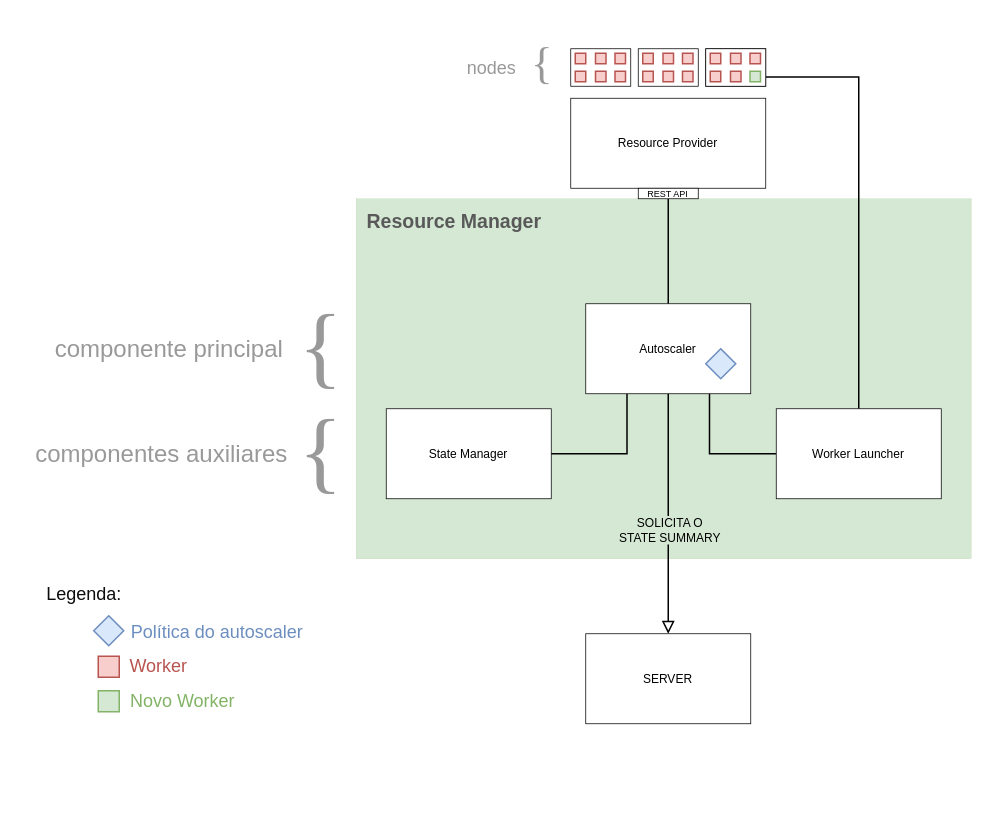
This is page "RM" (1 of 3) of Untitled Diagram.drawio from viniciusbds/diagrams, a draw.io file, before an edit. Source tidied: cells renumbered, new cells numbered last; positions are measured from the earlier drawing's top-left corner, leaving out a move shared by most shapes. Both pictures are drawn from the tidied source at 150%, with x=0, y=0 at pixel (26, 26).
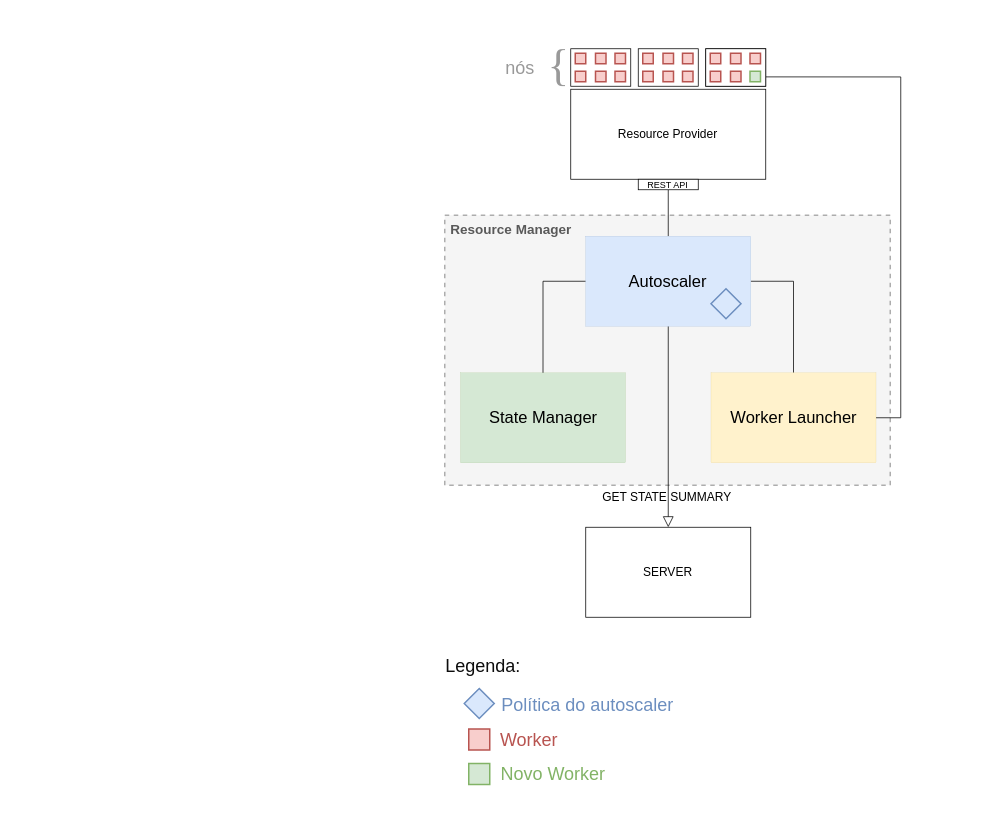
After the change.

Unchanged cells that the change refers to:
```xml
<mxCell id="34" style="rounded=0;whiteSpace=wrap;html=1;fontFamily=Helvetica;fontSize=8;strokeColor=default;strokeWidth=0.5;" parent="1" vertex="1">
  <mxGeometry x="453" y="15" width="40" height="25" as="geometry" />
</mxCell>
```

Diff of the diagram source:
```diff
@@
-    <mxCell id="2" style="rounded=0;whiteSpace=wrap;html=1;strokeColor=#82b366;strokeWidth=0;fillColor=#d5e8d4;" parent="1" vertex="1">
-      <mxGeometry x="220" y="115" width="410" height="240" as="geometry" />
-    </mxCell>
+    <mxCell id="53" style="rounded=0;whiteSpace=wrap;html=1;labelBackgroundColor=#FFFFFF;fontSize=11;dashed=1;fillColor=#f5f5f5;fontColor=#333333;strokeColor=#ADADAD;" parent="1" vertex="1">
+      <mxGeometry x="279" y="126" width="297" height="180" as="geometry" />
+    </mxCell>
-    <mxCell id="3" value="State Manager" style="rounded=0;whiteSpace=wrap;html=1;fontFamily=Helvetica;fontSize=8;strokeColor=default;strokeWidth=0.5;" parent="1" vertex="1">
-      <mxGeometry x="240" y="255" width="110" height="60" as="geometry" />
+    <mxCell id="3" value="State Manager" style="rounded=0;whiteSpace=wrap;html=1;fontFamily=Helvetica;fontSize=11;strokeColor=#82b366;strokeWidth=0;fillColor=#d5e8d4;" parent="1" vertex="1">
+      <mxGeometry x="289.5" y="231" width="110" height="60" as="geometry" />
     </mxCell>
-    <mxCell id="4" style="edgeStyle=orthogonalEdgeStyle;rounded=0;jettySize=auto;html=1;exitX=0.25;exitY=1;exitDx=0;exitDy=0;entryX=1;entryY=0.5;entryDx=0;entryDy=0;fontFamily=Helvetica;fontSize=8;endArrow=none;endFill=0;" parent="1" edge="1" source="9" target="3">
-      <mxGeometry relative="1" as="geometry" />
-    </mxCell>
-    <mxCell id="5" style="edgeStyle=orthogonalEdgeStyle;rounded=0;jettySize=auto;html=1;exitX=0.5;exitY=1;exitDx=0;exitDy=0;entryX=0.5;entryY=0;entryDx=0;entryDy=0;fontFamily=Helvetica;fontSize=8;endArrow=block;endFill=0;startArrow=none;startFill=0;" parent="1" edge="1" source="9" target="12">
+    <mxCell id="5" style="edgeStyle=orthogonalEdgeStyle;rounded=0;jettySize=auto;html=1;exitX=0.5;exitY=1;exitDx=0;exitDy=0;entryX=0.5;entryY=0;entryDx=0;entryDy=0;fontFamily=Helvetica;fontSize=8;endArrow=block;endFill=0;startArrow=none;startFill=0;strokeWidth=0.5;" parent="1" edge="1" source="9" target="12">
       <mxGeometry relative="1" as="geometry" />
     </mxCell>
-    <mxCell id="6" value="SOLICITA O &lt;br&gt;STATE SUMMARY" style="edgeLabel;html=1;align=center;verticalAlign=middle;fontSize=8;fontFamily=Helvetica;labelBackgroundColor=#D5E8D4;" parent="5" vertex="1">
+    <mxCell id="6" value="GET STATE SUMMARY" style="edgeLabel;html=1;align=center;verticalAlign=middle;fontSize=8;fontFamily=Helvetica;labelBackgroundColor=none;" parent="5" vertex="1">
       <mxGeometry x="-0.14" relative="1" as="geometry">
-        <mxPoint y="21" as="offset" />
+        <mxPoint x="-2" y="55" as="offset" />
       </mxGeometry>
     </mxCell>
+    <mxCell id="8" style="edgeStyle=orthogonalEdgeStyle;rounded=0;jettySize=auto;html=1;exitX=0.5;exitY=0;exitDx=0;exitDy=0;entryX=0.5;entryY=1;entryDx=0;entryDy=0;fontFamily=Times New Roman;fontSize=16;fontColor=#999999;startArrow=none;startFill=0;endArrow=none;endFill=0;strokeWidth=0.5;" parent="1" edge="1" source="9" target="24">
+      <mxGeometry relative="1" as="geometry" />
+    </mxCell>
-    <mxCell id="7" style="edgeStyle=orthogonalEdgeStyle;rounded=0;jettySize=auto;html=1;exitX=0.75;exitY=1;exitDx=0;exitDy=0;endArrow=none;endFill=0;entryX=0;entryY=0.5;entryDx=0;entryDy=0;" parent="1" edge="1" source="9" target="11">
+    <mxCell id="7" style="edgeStyle=orthogonalEdgeStyle;rounded=0;jettySize=auto;html=1;exitX=1;exitY=0.5;exitDx=0;exitDy=0;entryX=0.5;entryY=0;entryDx=0;entryDy=0;fontSize=11;endArrow=none;endFill=0;strokeWidth=0.5;" parent="1" edge="1" source="9" target="11">
       <mxGeometry relative="1" as="geometry" />
     </mxCell>
-    <mxCell id="8" style="edgeStyle=orthogonalEdgeStyle;rounded=0;jettySize=auto;html=1;exitX=0.5;exitY=0;exitDx=0;exitDy=0;entryX=0.5;entryY=1;entryDx=0;entryDy=0;fontFamily=Times New Roman;fontSize=16;fontColor=#999999;startArrow=none;startFill=0;endArrow=none;endFill=0;" parent="1" edge="1" source="9" target="24">
-      <mxGeometry relative="1" as="geometry" />
-    </mxCell>
+    <mxCell id="4" style="edgeStyle=orthogonalEdgeStyle;rounded=0;jettySize=auto;html=1;exitX=0;exitY=0.5;exitDx=0;exitDy=0;entryX=0.5;entryY=0;entryDx=0;entryDy=0;fontSize=11;endArrow=none;endFill=0;strokeWidth=0.5;" parent="1" edge="1" source="9" target="3">
+      <mxGeometry relative="1" as="geometry" />
+    </mxCell>
-    <mxCell id="9" value="Autoscaler" style="rounded=0;whiteSpace=wrap;html=1;fontFamily=Helvetica;fontSize=8;strokeColor=default;strokeWidth=0.5;" parent="1" vertex="1">
-      <mxGeometry x="373" y="185" width="110" height="60" as="geometry" />
+    <mxCell id="9" value="Autoscaler" style="rounded=0;whiteSpace=wrap;html=1;fontFamily=Helvetica;fontSize=11;strokeColor=#6c8ebf;strokeWidth=0;fillColor=#dae8fc;" parent="1" vertex="1">
+      <mxGeometry x="373" y="140" width="110" height="60" as="geometry" />
     </mxCell>
-    <mxCell id="10" style="edgeStyle=orthogonalEdgeStyle;rounded=0;jettySize=auto;html=1;exitX=0.5;exitY=0;exitDx=0;exitDy=0;entryX=1;entryY=0.75;entryDx=0;entryDy=0;endArrow=none;endFill=0;" parent="1" edge="1" source="11" target="34">
-      <mxGeometry relative="1" as="geometry" />
+    <mxCell id="10" style="edgeStyle=orthogonalEdgeStyle;rounded=0;jettySize=auto;html=1;exitX=1;exitY=0.5;exitDx=0;exitDy=0;entryX=1;entryY=0.75;entryDx=0;entryDy=0;endArrow=none;endFill=0;strokeWidth=0.5;" parent="1" edge="1" source="11" target="34">
+      <mxGeometry relative="1" as="geometry">
+        <Array as="points">
+          <mxPoint x="583" y="261.5" />
+          <mxPoint x="583" y="33.5" />
+        </Array>
+      </mxGeometry>
     </mxCell>
-    <mxCell id="11" value="Worker Launcher" style="rounded=0;whiteSpace=wrap;html=1;fontFamily=Helvetica;fontSize=8;strokeColor=default;strokeWidth=0.5;" parent="1" vertex="1">
-      <mxGeometry x="500" y="255" width="110" height="60" as="geometry" />
+    <mxCell id="11" value="Worker Launcher" style="rounded=0;whiteSpace=wrap;html=1;fontFamily=Helvetica;fontSize=11;strokeColor=#d6b656;strokeWidth=0;fillColor=#fff2cc;" parent="1" vertex="1">
+      <mxGeometry x="456.5" y="231" width="110" height="60" as="geometry" />
     </mxCell>
     <mxCell id="12" value="SERVER" style="rounded=0;whiteSpace=wrap;html=1;fontFamily=Helvetica;fontSize=8;strokeColor=default;strokeWidth=0.5;" parent="1" vertex="1">
-      <mxGeometry x="373" y="405" width="110" height="60" as="geometry" />
+      <mxGeometry x="373" y="334" width="110" height="60" as="geometry" />
     </mxCell>
-    <mxCell id="13" value="Resource Manager" style="text;html=1;align=center;verticalAlign=middle;strokeColor=none;fillColor=none;fontSize=13;fontFamily=Helvetica;strokeWidth=1;fontStyle=1;fontColor=#595959;" parent="1" vertex="1">
-      <mxGeometry x="215" y="115" width="140" height="30" as="geometry" />
+    <mxCell id="13" value="Resource Manager" style="text;html=1;align=center;verticalAlign=middle;strokeColor=none;fillColor=none;fontSize=9;fontFamily=Helvetica;strokeWidth=1;fontStyle=1;fontColor=#595959;" parent="1" vertex="1">
+      <mxGeometry x="273" y="126" width="100" height="20" as="geometry" />
     </mxCell>
     <mxCell id="14" value="Resource Provider" style="rounded=0;whiteSpace=wrap;html=1;fontFamily=Helvetica;fontSize=8;strokeColor=default;strokeWidth=0.5;" parent="1" vertex="1">
-      <mxGeometry x="363" y="48" width="130" height="60" as="geometry" />
+      <mxGeometry x="363" y="42" width="130" height="60" as="geometry" />
     </mxCell>
@@
     <mxCell id="17" style="rhombus;whiteSpace=wrap;html=1;fillColor=#dae8fc;strokeColor=#6c8ebf;" parent="1" vertex="1">
-      <mxGeometry x="453" y="215" width="20" height="20" as="geometry" />
+      <mxGeometry x="456.5" y="175" width="20" height="20" as="geometry" />
     </mxCell>
     <mxCell id="18" style="rhombus;whiteSpace=wrap;html=1;fillColor=#dae8fc;strokeColor=#6c8ebf;fontColor=#6C8EBF;" parent="1" vertex="1">
-      <mxGeometry x="45" y="393" width="20" height="20" as="geometry" />
+      <mxGeometry x="292" y="441.5" width="20" height="20" as="geometry" />
     </mxCell>
     <mxCell id="19" value="Política do autoscaler" style="text;html=1;align=center;verticalAlign=middle;strokeColor=none;fillColor=none;fontColor=#6C8EBF;" parent="1" vertex="1">
-      <mxGeometry x="62" y="394" width="130" height="20" as="geometry" />
+      <mxGeometry x="309" y="442.5" width="130" height="20" as="geometry" />
     </mxCell>
-    <mxCell id="20" value="{" style="text;whiteSpace=wrap;html=1;fontColor=#999999;fontSize=61;fontFamily=Times New Roman;" parent="1" vertex="1">
-      <mxGeometry x="180" y="170" width="40" height="90" as="geometry" />
-    </mxCell>
-    <mxCell id="21" value="{" style="text;whiteSpace=wrap;html=1;fontColor=#999999;fontSize=61;fontStyle=0;fontFamily=Times New Roman;" parent="1" vertex="1">
-      <mxGeometry x="180" y="240" width="40" height="90" as="geometry" />
-    </mxCell>
-    <mxCell id="22" value="componente principal" style="text;html=1;align=center;verticalAlign=middle;strokeColor=none;fillColor=none;fontSize=16;fontColor=#999999;" parent="1" vertex="1">
-      <mxGeometry x="10" y="205" width="170" height="20" as="geometry" />
-    </mxCell>
-    <mxCell id="23" value="componentes auxiliares" style="text;html=1;align=center;verticalAlign=middle;strokeColor=none;fillColor=none;fontSize=16;fontColor=#999999;" parent="1" vertex="1">
-      <mxGeometry y="275" width="180" height="20" as="geometry" />
-    </mxCell>
     <mxCell id="24" value="REST API" style="rounded=0;whiteSpace=wrap;html=1;fontFamily=Helvetica;fontSize=6;strokeColor=default;strokeWidth=0.5;" parent="1" vertex="1">
-      <mxGeometry x="408" y="108" width="40" height="7" as="geometry" />
+      <mxGeometry x="408" y="102" width="40" height="7" as="geometry" />
     </mxCell>
     <mxCell id="25" style="whiteSpace=wrap;html=1;fontSize=13;fillColor=#f8cecc;strokeColor=#b85450;" parent="1" vertex="1">
-      <mxGeometry x="48" y="420" width="14" height="14" as="geometry" />
+      <mxGeometry x="295" y="468.5" width="14" height="14" as="geometry" />
     </mxCell>
     <mxCell id="26" value="Worker" style="text;html=1;align=center;verticalAlign=middle;strokeColor=none;fillColor=none;fontColor=#B85450;" parent="1" vertex="1">
-      <mxGeometry x="58" y="412" width="60" height="30" as="geometry" />
+      <mxGeometry x="305" y="460.5" width="60" height="30" as="geometry" />
     </mxCell>
@@
     <mxCell id="47" value="{" style="text;whiteSpace=wrap;html=1;fontColor=#999999;fontSize=30;fontFamily=Times New Roman;" parent="1" vertex="1">
-      <mxGeometry x="335" width="20" height="60" as="geometry" />
+      <mxGeometry x="346" y="0.5" width="12" height="25" as="geometry" />
     </mxCell>
-    <mxCell id="48" value="nodes" style="text;html=1;align=center;verticalAlign=middle;strokeColor=none;fillColor=none;fontSize=12;fontColor=#999999;" parent="1" vertex="1">
-      <mxGeometry x="280" y="12.5" width="60" height="30" as="geometry" />
+    <mxCell id="48" value="nós" style="text;html=1;align=center;verticalAlign=middle;strokeColor=none;fillColor=none;fontSize=12;fontColor=#999999;" parent="1" vertex="1">
+      <mxGeometry x="309" y="12.5" width="40" height="30" as="geometry" />
     </mxCell>
     <mxCell id="49" style="whiteSpace=wrap;html=1;fontSize=13;fillColor=#d5e8d4;strokeColor=#82b366;" parent="1" vertex="1">
-      <mxGeometry x="48" y="443" width="14" height="14" as="geometry" />
+      <mxGeometry x="295" y="491.5" width="14" height="14" as="geometry" />
     </mxCell>
     <mxCell id="50" value="Novo Worker" style="text;html=1;align=center;verticalAlign=middle;strokeColor=none;fillColor=none;fontColor=#82B366;" parent="1" vertex="1">
-      <mxGeometry x="59" y="435" width="90" height="30" as="geometry" />
+      <mxGeometry x="306" y="483.5" width="90" height="30" as="geometry" />
     </mxCell>
@@
     <mxCell id="52" value="&lt;font color=&quot;#0d0d0d&quot;&gt;Legenda:&amp;nbsp;&lt;/font&gt;" style="text;html=1;align=center;verticalAlign=middle;strokeColor=none;fillColor=none;fontSize=12;fontColor=#82B366;" parent="1" vertex="1">
-      <mxGeometry y="364" width="80" height="30" as="geometry" />
+      <mxGeometry x="266" y="411.5" width="80" height="30" as="geometry" />
     </mxCell>
```
